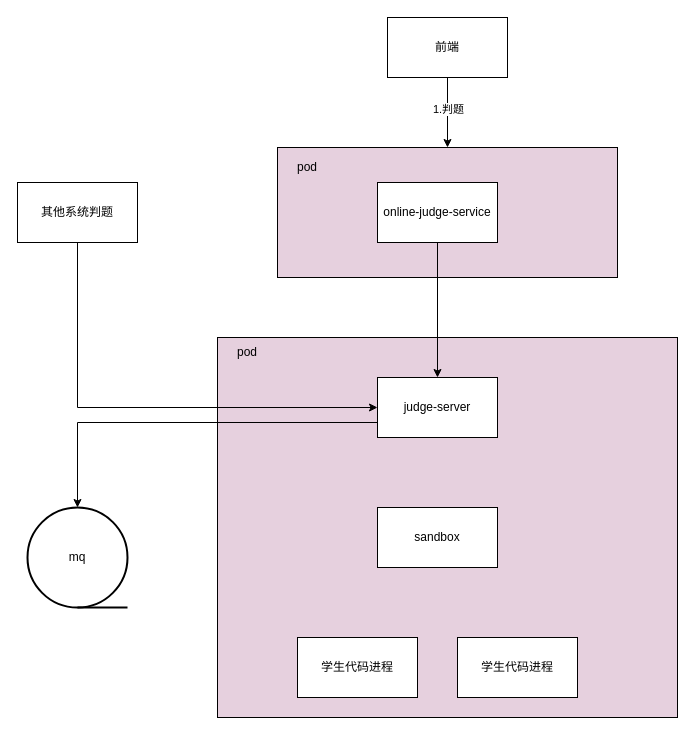
Above: 判题接入开源成本分析.drawio in xiell2016/hetaoDesign (draw.io), before the change. Source tidied: cells renumbered, new cells numbered last; positions are measured from the earlier drawing's top-left corner, leaving out a move shared by most shapes. Both pictures are drawn from the tidied source at 100%, with x=0, y=0 at pixel (17, 17).
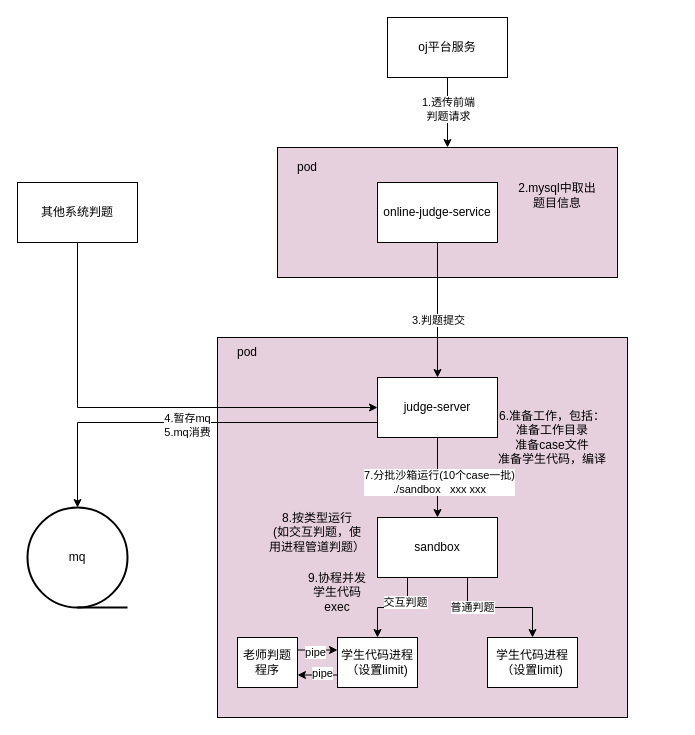
After the change.

Commit message:
更新判题接入开源成本分析.drawio

The change refers to these unchanged cells:
```xml
<mxCell id="3" style="edgeStyle=orthogonalEdgeStyle;rounded=0;jettySize=auto;html=1;exitX=0.5;exitY=1;exitDx=0;exitDy=0;" parent="1" edge="1" source="5" target="13">
  <mxGeometry relative="1" as="geometry" />
</mxCell>
<mxCell id="6" style="edgeStyle=orthogonalEdgeStyle;rounded=0;jettySize=auto;html=1;exitX=0;exitY=0.75;exitDx=0;exitDy=0;" parent="1" edge="1" source="7" target="16">
  <mxGeometry relative="1" as="geometry" />
</mxCell>
<mxCell id="7" value="judge-server" style="rounded=0;whiteSpace=wrap;html=1;" parent="1" vertex="1">
  <mxGeometry x="360" y="360" width="120" height="60" as="geometry" />
</mxCell>
<mxCell id="14" style="edgeStyle=orthogonalEdgeStyle;rounded=0;jettySize=auto;html=1;exitX=0.5;exitY=1;exitDx=0;exitDy=0;" parent="1" edge="1" source="15" target="7">
  <mxGeometry relative="1" as="geometry" />
</mxCell>
```

Diff of the diagram source:
```diff
@@
     <mxCell id="2" style="rounded=0;whiteSpace=wrap;html=1;fillColor=#E6D0DE;" parent="1" vertex="1">
-      <mxGeometry x="200" y="320" width="460" height="380" as="geometry" />
+      <mxGeometry x="200" y="320" width="410" height="380" as="geometry" />
     </mxCell>
@@
-    <mxCell id="4" value="1.判题" style="edgeLabel;html=1;align=center;verticalAlign=middle;" parent="3" vertex="1">
+    <mxCell id="4" value="1.透传前端&lt;div&gt;判题请求&lt;/div&gt;" style="edgeLabel;html=1;align=center;verticalAlign=middle;" parent="3" vertex="1">
       <mxGeometry x="-0.11" relative="1" as="geometry" />
     </mxCell>
-    <mxCell id="5" value="前端" style="rounded=0;whiteSpace=wrap;html=1;" parent="1" vertex="1">
+    <mxCell id="5" value="oj平台服务" style="rounded=0;whiteSpace=wrap;html=1;" parent="1" vertex="1">
       <mxGeometry x="370" width="120" height="60" as="geometry" />
     </mxCell>
@@
+    <mxCell id="19" value="4.暂存mq&lt;div&gt;5.mq消费&lt;/div&gt;" style="edgeLabel;html=1;align=center;verticalAlign=middle;" parent="6" vertex="1">
+      <mxGeometry x="-0.01" y="2" relative="1" as="geometry" />
+    </mxCell>
+    <mxCell id="20" style="edgeStyle=orthogonalEdgeStyle;rounded=0;jettySize=auto;html=1;exitX=0.5;exitY=1;exitDx=0;exitDy=0;entryX=0.5;entryY=0;entryDx=0;entryDy=0;" parent="1" edge="1" source="7" target="8">
+      <mxGeometry relative="1" as="geometry" />
+    </mxCell>
+    <mxCell id="21" value="7.分批沙箱运行(10个case一批)&lt;div&gt;./sandbox&amp;nbsp; &amp;nbsp;xxx xxx&lt;/div&gt;" style="edgeLabel;html=1;align=center;verticalAlign=middle;" parent="20" vertex="1">
+      <mxGeometry x="0.09" y="1" relative="1" as="geometry" />
+    </mxCell>
@@
+    <mxCell id="22" style="edgeStyle=orthogonalEdgeStyle;rounded=0;jettySize=auto;html=1;exitX=0.75;exitY=1;exitDx=0;exitDy=0;entryX=0.5;entryY=0;entryDx=0;entryDy=0;" parent="1" edge="1" source="8" target="10">
+      <mxGeometry relative="1" as="geometry" />
+    </mxCell>
+    <mxCell id="23" value="普通判题" style="edgeLabel;html=1;align=center;verticalAlign=middle;" parent="22" vertex="1">
+      <mxGeometry x="-0.45" y="1" relative="1" as="geometry" />
+    </mxCell>
+    <mxCell id="24" style="edgeStyle=orthogonalEdgeStyle;rounded=0;jettySize=auto;html=1;exitX=0.25;exitY=1;exitDx=0;exitDy=0;entryX=0.5;entryY=0;entryDx=0;entryDy=0;" parent="1" edge="1" source="8" target="9">
+      <mxGeometry relative="1" as="geometry" />
+    </mxCell>
+    <mxCell id="25" value="交互判题" style="edgeLabel;html=1;align=center;verticalAlign=middle;" parent="24" vertex="1">
+      <mxGeometry x="-0.47" y="-3" relative="1" as="geometry" />
+    </mxCell>
     <mxCell id="8" value="sandbox" style="rounded=0;whiteSpace=wrap;html=1;" parent="1" vertex="1">
-      <mxGeometry x="360" y="490" width="120" height="60" as="geometry" />
+      <mxGeometry x="360" y="500" width="120" height="60" as="geometry" />
     </mxCell>
+    <mxCell id="26" style="edgeStyle=orthogonalEdgeStyle;rounded=0;jettySize=auto;html=1;exitX=0;exitY=0.75;exitDx=0;exitDy=0;entryX=1;entryY=0.75;entryDx=0;entryDy=0;" parent="1" edge="1" source="9" target="35">
+      <mxGeometry relative="1" as="geometry" />
+    </mxCell>
+    <mxCell id="27" value="pipe" style="edgeLabel;html=1;align=center;verticalAlign=middle;" parent="26" vertex="1">
+      <mxGeometry x="-0.2" y="-2" relative="1" as="geometry" />
+    </mxCell>
-    <mxCell id="9" value="学生代码进程" style="rounded=0;whiteSpace=wrap;html=1;" parent="1" vertex="1">
-      <mxGeometry x="280" y="620" width="120" height="60" as="geometry" />
+    <mxCell id="9" value="学生代码进程&lt;div&gt;（设置limit)&lt;/div&gt;" style="rounded=0;whiteSpace=wrap;html=1;" parent="1" vertex="1">
+      <mxGeometry x="320" y="620" width="80" height="50" as="geometry" />
     </mxCell>
-    <mxCell id="10" value="学生代码进程" style="rounded=0;whiteSpace=wrap;html=1;" parent="1" vertex="1">
-      <mxGeometry x="440" y="620" width="120" height="60" as="geometry" />
+    <mxCell id="10" value="学生代码进程&lt;div&gt;（设置limit)&lt;/div&gt;" style="rounded=0;whiteSpace=wrap;html=1;" parent="1" vertex="1">
+      <mxGeometry x="470" y="620" width="90" height="50" as="geometry" />
     </mxCell>
@@
+    <mxCell id="28" value="3.判题提交" style="edgeLabel;html=1;align=center;verticalAlign=middle;" parent="14" vertex="1">
+      <mxGeometry x="0.14" relative="1" as="geometry" />
+    </mxCell>
@@
+    <mxCell id="29" value="2.mysql中取出题目信息" style="text;html=1;align=center;verticalAlign=middle;whiteSpace=wrap;rounded=0;" parent="1" vertex="1">
+      <mxGeometry x="500" y="165" width="80" height="25" as="geometry" />
+    </mxCell>
+    <mxCell id="30" value="&lt;div&gt;6.准备工作，包括：&lt;/div&gt;准备工作目录&lt;div&gt;准备case文件&lt;/div&gt;&lt;div&gt;准备学生代码，编译&lt;/div&gt;" style="text;html=1;align=center;verticalAlign=middle;whiteSpace=wrap;rounded=0;" parent="1" vertex="1">
+      <mxGeometry x="480" y="390" width="110" height="60" as="geometry" />
+    </mxCell>
+    <mxCell id="31" value="9.协程并发学生代码exec" style="text;html=1;align=center;verticalAlign=middle;whiteSpace=wrap;rounded=0;" parent="1" vertex="1">
+      <mxGeometry x="290" y="560" width="60" height="30" as="geometry" />
+    </mxCell>
+    <mxCell id="32" value="8.按类型运行&lt;br&gt;(如交互判题，使用进程管道判题）" style="text;html=1;align=center;verticalAlign=middle;whiteSpace=wrap;rounded=0;" parent="1" vertex="1">
+      <mxGeometry x="250" y="500" width="100" height="30" as="geometry" />
+    </mxCell>
+    <mxCell id="33" style="edgeStyle=orthogonalEdgeStyle;rounded=0;jettySize=auto;html=1;exitX=1;exitY=0.25;exitDx=0;exitDy=0;entryX=0;entryY=0.25;entryDx=0;entryDy=0;" parent="1" edge="1" source="35" target="9">
+      <mxGeometry relative="1" as="geometry" />
+    </mxCell>
+    <mxCell id="34" value="pipe" style="edgeLabel;html=1;align=center;verticalAlign=middle;" parent="33" vertex="1">
+      <mxGeometry x="-0.15" y="-1" relative="1" as="geometry">
+        <mxPoint y="1" as="offset" />
+      </mxGeometry>
+    </mxCell>
+    <mxCell id="35" value="老师判题程序" style="rounded=0;whiteSpace=wrap;html=1;" parent="1" vertex="1">
+      <mxGeometry x="220" y="620" width="60" height="50" as="geometry" />
+    </mxCell>
```
